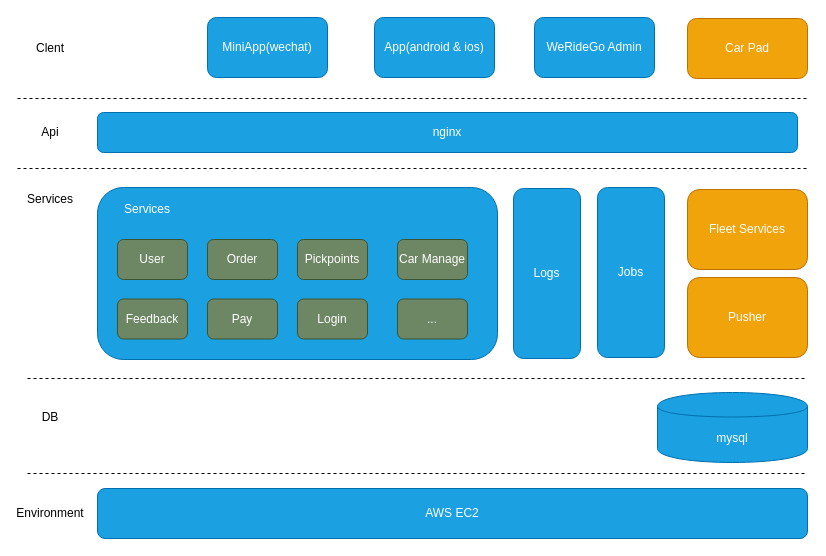
This is 出行项目/WeRideGoAR.drawio from wurh/myDesignDoc, a draw.io file, before an edit. Source tidied: cells renumbered, new cells numbered last; positions are measured from the earlier drawing's top-left corner, leaving out a move shared by most shapes. Both pictures are drawn from the tidied source at 100%, with x=0, y=0 at pixel (17, 17).
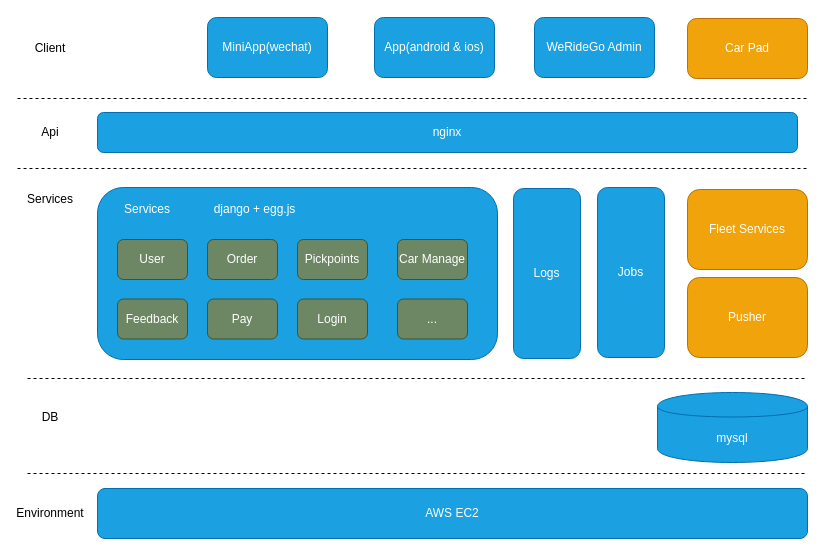
The same page after the edit.

The edit, as a diff of the source:
```diff
@@
-    <mxCell id="23" value="Clent" style="text;html=1;strokeColor=none;fillColor=none;align=center;verticalAlign=middle;whiteSpace=wrap;rounded=0;" parent="1" vertex="1">
+    <mxCell id="23" value="Client" style="text;html=1;strokeColor=none;fillColor=none;align=center;verticalAlign=middle;whiteSpace=wrap;rounded=0;" parent="1" vertex="1">
       <mxGeometry x="13" y="21" width="40" height="20" as="geometry" />
     </mxCell>
@@
+    <mxCell id="32" value="&lt;font color=&quot;#ffffff&quot;&gt;django + egg.js&lt;/font&gt;" style="text;html=1;strokeColor=none;fillColor=none;align=center;verticalAlign=middle;whiteSpace=wrap;rounded=0;" parent="1" vertex="1">
+      <mxGeometry x="185" y="182" width="105" height="20" as="geometry" />
+    </mxCell>
```
